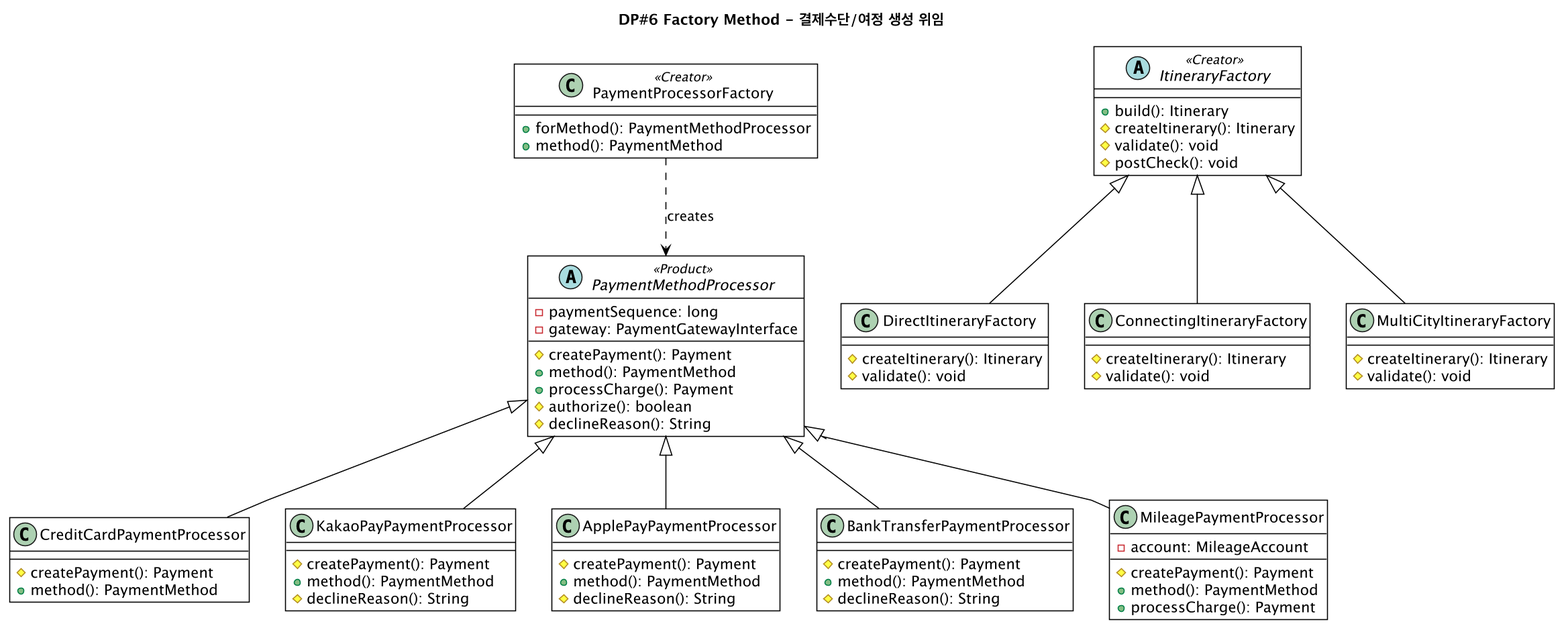
gimjungwook/KoreanAirReservationDomain keeps this PlantUML diagram as docs/diagrams/iter4-puml/dp6-factory-method.png. Above is the earlier version.
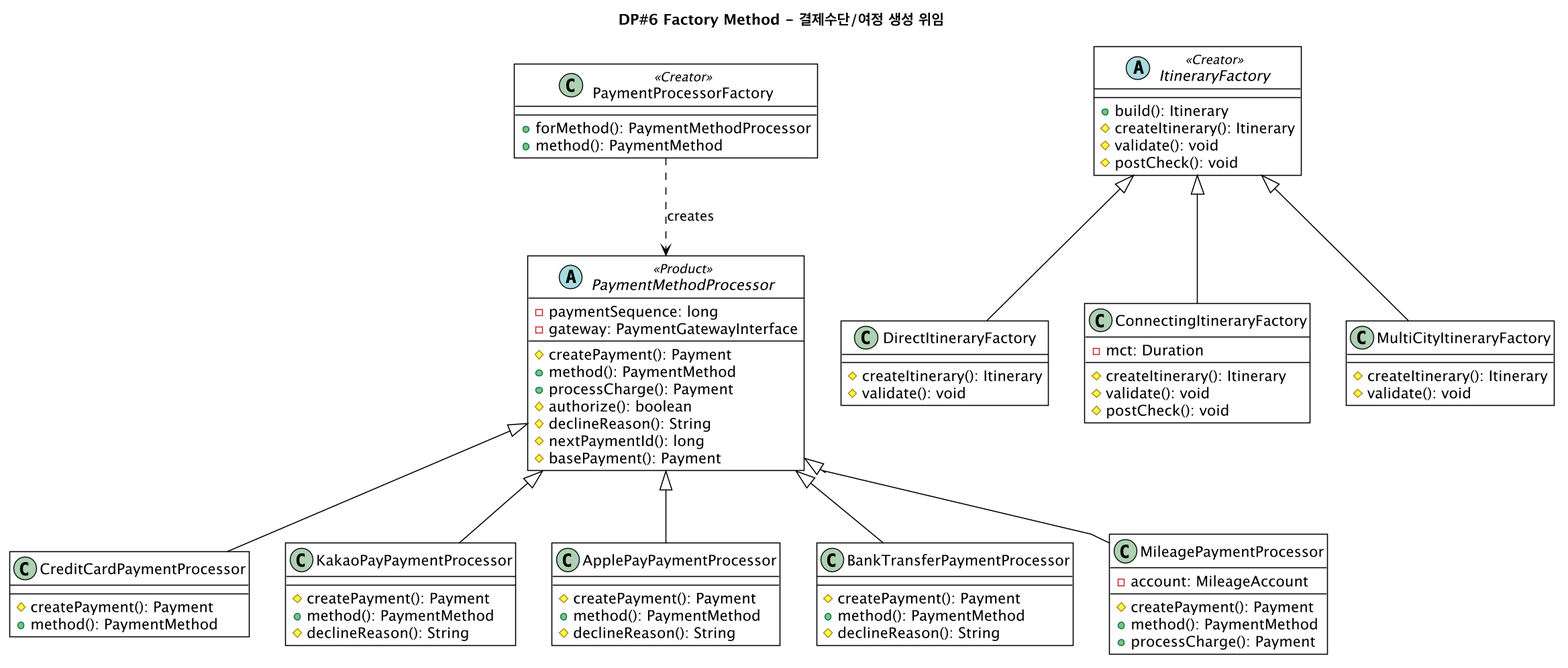
After the change.

Change to the diagram source:
```diff
@@ -10,6 +10,8 @@
   +processCharge(): Payment
   #authorize(): boolean
   #declineReason(): String
+  #nextPaymentId(): long
+  #basePayment(): Payment
 }
 class PaymentProcessorFactory <<Creator>> {
   +forMethod(): PaymentMethodProcessor
@@ -52,8 +54,11 @@
   #validate(): void
 }
 class ConnectingItineraryFactory {
+  -mct: Duration
+  --
   #createItinerary(): Itinerary
   #validate(): void
+  #postCheck(): void
 }
 class MultiCityItineraryFactory {
   #createItinerary(): Itinerary
```
